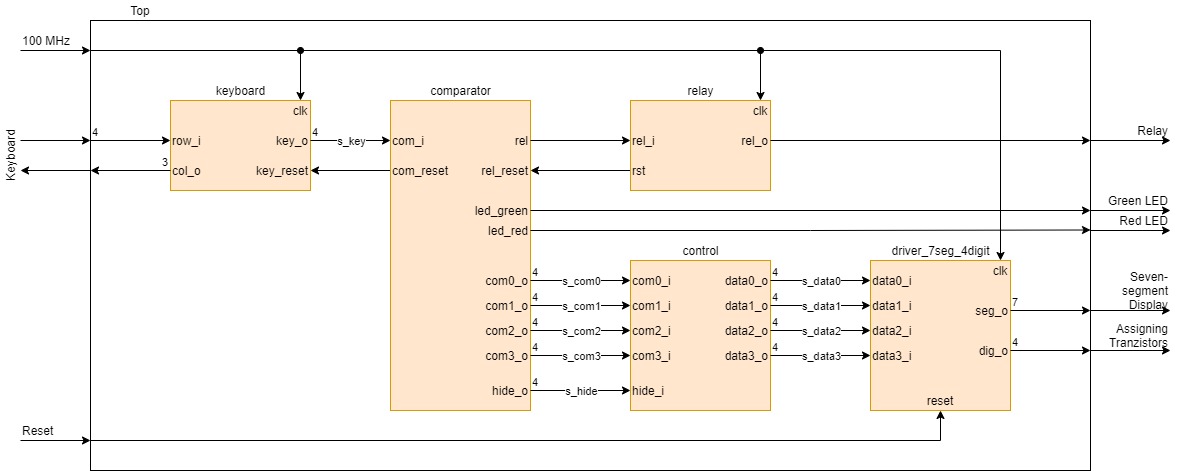
This is Images/Top-Door_Lock.png from GeorgeNavratil/Door_Lock-DE1_Project, a draw.io export, as it was before one commit. Source tidied: cells renumbered, new cells last; positions are measured from the earlier drawing's top-left corner, leaving out a move shared by most shapes.
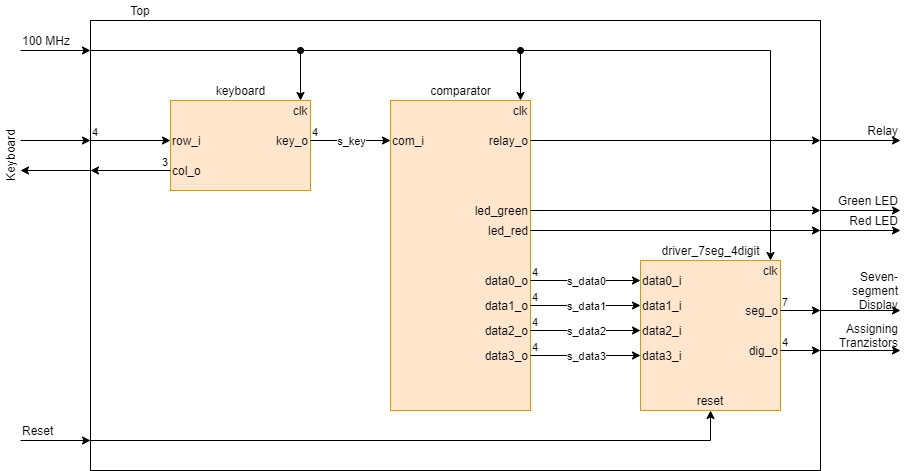
Later version of the same file.

The edit, as a diff of the source:
```diff
@@ -3,7 +3,7 @@
     <mxCell id="0" />
     <mxCell id="1" parent="0" />
     <mxCell id="2" style="rounded=0;whiteSpace=wrap;html=1;fillColor=none;align=right;" parent="1" vertex="1">
-      <mxGeometry x="100" y="20" width="1000" height="450" as="geometry" />
+      <mxGeometry x="100" y="20" width="730" height="450" as="geometry" />
     </mxCell>
     <mxCell id="3" style="rounded=0;whiteSpace=wrap;html=1;fillColor=#ffe6cc;strokeColor=#d79b00;" parent="1" vertex="1">
       <mxGeometry x="180" y="100" width="140" height="90" as="geometry" />
@@ -20,12 +20,6 @@
     <mxCell id="7" value="key_o" style="text;html=1;strokeColor=none;fillColor=none;align=right;verticalAlign=middle;whiteSpace=wrap;rounded=0;" parent="1" vertex="1">
       <mxGeometry x="280" y="130" width="40" height="20" as="geometry" />
     </mxCell>
-    <mxCell id="8" style="edgeStyle=orthogonalEdgeStyle;rounded=0;jettySize=auto;html=1;exitX=0;exitY=0.5;exitDx=0;exitDy=0;entryX=1;entryY=0.5;entryDx=0;entryDy=0;" parent="1" edge="1" source="13" target="9">
-      <mxGeometry relative="1" as="geometry" />
-    </mxCell>
-    <mxCell id="9" value="key_reset" style="text;html=1;strokeColor=none;fillColor=none;align=right;verticalAlign=middle;whiteSpace=wrap;rounded=0;" parent="1" vertex="1">
-      <mxGeometry x="280" y="160" width="40" height="20" as="geometry" />
-    </mxCell>
     <mxCell id="10" style="rounded=0;whiteSpace=wrap;html=1;fillColor=#ffe6cc;strokeColor=#d79b00;" parent="1" vertex="1">
       <mxGeometry x="400" y="100" width="140" height="310" as="geometry" />
     </mxCell>
@@ -35,24 +29,12 @@
     <mxCell id="12" value="com_i" style="text;html=1;strokeColor=none;fillColor=none;align=left;verticalAlign=middle;whiteSpace=wrap;rounded=0;" parent="1" vertex="1">
       <mxGeometry x="400" y="130" width="40" height="20" as="geometry" />
     </mxCell>
-    <mxCell id="13" value="com_reset" style="text;html=1;strokeColor=none;fillColor=none;align=left;verticalAlign=middle;whiteSpace=wrap;rounded=0;" parent="1" vertex="1">
-      <mxGeometry x="400" y="160" width="40" height="20" as="geometry" />
-    </mxCell>
-    <mxCell id="14" style="edgeStyle=orthogonalEdgeStyle;rounded=0;jettySize=auto;html=1;exitX=1;exitY=0.5;exitDx=0;exitDy=0;entryX=0;entryY=0.5;entryDx=0;entryDy=0;" parent="1" edge="1" source="15" target="29">
-      <mxGeometry relative="1" as="geometry" />
-    </mxCell>
-    <mxCell id="15" value="rel" style="text;html=1;strokeColor=none;fillColor=none;align=right;verticalAlign=middle;whiteSpace=wrap;rounded=0;" parent="1" vertex="1">
+    <mxCell id="15" value="relay_o" style="text;html=1;strokeColor=none;fillColor=none;align=right;verticalAlign=middle;whiteSpace=wrap;rounded=0;" parent="1" vertex="1">
       <mxGeometry x="500" y="130" width="40" height="20" as="geometry" />
     </mxCell>
-    <mxCell id="16" style="edgeStyle=orthogonalEdgeStyle;rounded=0;jettySize=auto;html=1;exitX=0;exitY=0.5;exitDx=0;exitDy=0;entryX=1;entryY=0.5;entryDx=0;entryDy=0;" parent="1" edge="1" source="31" target="17">
-      <mxGeometry relative="1" as="geometry" />
-    </mxCell>
-    <mxCell id="17" value="rel_reset" style="text;html=1;strokeColor=none;fillColor=none;align=right;verticalAlign=middle;whiteSpace=wrap;rounded=0;" parent="1" vertex="1">
-      <mxGeometry x="500" y="160" width="40" height="20" as="geometry" />
-    </mxCell>
     <mxCell id="18" style="edgeStyle=orthogonalEdgeStyle;rounded=0;jettySize=auto;html=1;exitX=1;exitY=0.5;exitDx=0;exitDy=0;" parent="1" edge="1" source="19">
       <mxGeometry relative="1" as="geometry">
-        <mxPoint x="1100" y="210" as="targetPoint" />
+        <mxPoint x="830" y="210" as="targetPoint" />
       </mxGeometry>
     </mxCell>
     <mxCell id="19" value="led_green" style="text;html=1;strokeColor=none;fillColor=none;align=right;verticalAlign=middle;whiteSpace=wrap;rounded=0;" parent="1" vertex="1">
@@ -60,109 +42,58 @@
     </mxCell>
     <mxCell id="20" style="edgeStyle=orthogonalEdgeStyle;rounded=0;jettySize=auto;html=1;exitX=1;exitY=0.5;exitDx=0;exitDy=0;" parent="1" edge="1" source="21">
       <mxGeometry relative="1" as="geometry">
-        <mxPoint x="1100" y="229.5" as="targetPoint" />
+        <mxPoint x="830" y="230" as="targetPoint" />
       </mxGeometry>
     </mxCell>
     <mxCell id="21" value="led_red" style="text;html=1;strokeColor=none;fillColor=none;align=right;verticalAlign=middle;whiteSpace=wrap;rounded=0;" parent="1" vertex="1">
       <mxGeometry x="500" y="220" width="40" height="20" as="geometry" />
     </mxCell>
-    <mxCell id="22" value="com0_o" style="text;html=1;strokeColor=none;fillColor=none;align=right;verticalAlign=middle;whiteSpace=wrap;rounded=0;" parent="1" vertex="1">
-      <mxGeometry x="500" y="270" width="40" height="20" as="geometry" />
-    </mxCell>
-    <mxCell id="23" value="com1_o" style="text;html=1;strokeColor=none;fillColor=none;align=right;verticalAlign=middle;whiteSpace=wrap;rounded=0;" parent="1" vertex="1">
-      <mxGeometry x="500" y="295" width="40" height="20" as="geometry" />
-    </mxCell>
-    <mxCell id="24" value="com2_o" style="text;html=1;strokeColor=none;fillColor=none;align=right;verticalAlign=middle;whiteSpace=wrap;rounded=0;" parent="1" vertex="1">
-      <mxGeometry x="500" y="320" width="40" height="20" as="geometry" />
-    </mxCell>
-    <mxCell id="25" value="com3_o" style="text;html=1;strokeColor=none;fillColor=none;align=right;verticalAlign=middle;whiteSpace=wrap;rounded=0;" parent="1" vertex="1">
-      <mxGeometry x="500" y="345" width="40" height="20" as="geometry" />
-    </mxCell>
-    <mxCell id="26" value="hide_o" style="text;html=1;strokeColor=none;fillColor=none;align=right;verticalAlign=middle;whiteSpace=wrap;rounded=0;" parent="1" vertex="1">
-      <mxGeometry x="500" y="380" width="40" height="20" as="geometry" />
-    </mxCell>
-    <mxCell id="27" style="rounded=0;whiteSpace=wrap;html=1;fillColor=#ffe6cc;strokeColor=#d79b00;" parent="1" vertex="1">
-      <mxGeometry x="640" y="100" width="140" height="90" as="geometry" />
-    </mxCell>
-    <mxCell id="28" value="relay" style="text;html=1;strokeColor=none;fillColor=none;align=center;verticalAlign=middle;whiteSpace=wrap;rounded=0;" parent="1" vertex="1">
-      <mxGeometry x="677.5" y="80" width="65" height="20" as="geometry" />
-    </mxCell>
-    <mxCell id="29" value="rel_i" style="text;html=1;strokeColor=none;fillColor=none;align=left;verticalAlign=middle;whiteSpace=wrap;rounded=0;" parent="1" vertex="1">
-      <mxGeometry x="640" y="130" width="40" height="20" as="geometry" />
-    </mxCell>
     <mxCell id="30" value="clk" style="text;html=1;strokeColor=none;fillColor=none;align=center;verticalAlign=middle;whiteSpace=wrap;rounded=0;" parent="1" vertex="1">
-      <mxGeometry x="760" y="100" width="20" height="20" as="geometry" />
+      <mxGeometry x="520" y="100" width="20" height="20" as="geometry" />
     </mxCell>
-    <mxCell id="31" value="rst" style="text;html=1;strokeColor=none;fillColor=none;align=left;verticalAlign=middle;whiteSpace=wrap;rounded=0;" parent="1" vertex="1">
-      <mxGeometry x="640" y="160" width="40" height="20" as="geometry" />
-    </mxCell>
-    <mxCell id="32" style="edgeStyle=orthogonalEdgeStyle;rounded=0;jettySize=auto;html=1;exitX=1;exitY=0.5;exitDx=0;exitDy=0;" parent="1" edge="1" source="33">
+    <mxCell id="32" style="edgeStyle=orthogonalEdgeStyle;rounded=0;jettySize=auto;html=1;exitX=1;exitY=0.5;exitDx=0;exitDy=0;" parent="1" edge="1" source="15">
       <mxGeometry relative="1" as="geometry">
-        <mxPoint x="1100" y="140" as="targetPoint" />
+        <mxPoint x="830" y="140" as="targetPoint" />
       </mxGeometry>
     </mxCell>
-    <mxCell id="33" value="rel_o" style="text;html=1;strokeColor=none;fillColor=none;align=right;verticalAlign=middle;whiteSpace=wrap;rounded=0;" parent="1" vertex="1">
-      <mxGeometry x="740" y="130" width="40" height="20" as="geometry" />
-    </mxCell>
-    <mxCell id="34" style="rounded=0;whiteSpace=wrap;html=1;fillColor=#ffe6cc;strokeColor=#d79b00;" parent="1" vertex="1">
-      <mxGeometry x="640" y="260" width="140" height="150" as="geometry" />
-    </mxCell>
-    <mxCell id="35" value="control" style="text;html=1;strokeColor=none;fillColor=none;align=center;verticalAlign=middle;whiteSpace=wrap;rounded=0;" parent="1" vertex="1">
-      <mxGeometry x="677.5" y="240" width="65" height="20" as="geometry" />
-    </mxCell>
-    <mxCell id="36" value="com0_i" style="text;html=1;strokeColor=none;fillColor=none;align=left;verticalAlign=middle;whiteSpace=wrap;rounded=0;" parent="1" vertex="1">
-      <mxGeometry x="640" y="270" width="40" height="20" as="geometry" />
-    </mxCell>
-    <mxCell id="37" value="com1_i" style="text;html=1;strokeColor=none;fillColor=none;align=left;verticalAlign=middle;whiteSpace=wrap;rounded=0;" parent="1" vertex="1">
-      <mxGeometry x="640" y="295" width="40" height="20" as="geometry" />
-    </mxCell>
-    <mxCell id="38" value="com2_i" style="text;html=1;strokeColor=none;fillColor=none;align=left;verticalAlign=middle;whiteSpace=wrap;rounded=0;" parent="1" vertex="1">
-      <mxGeometry x="640" y="320" width="40" height="20" as="geometry" />
-    </mxCell>
-    <mxCell id="39" value="com3_i" style="text;html=1;strokeColor=none;fillColor=none;align=left;verticalAlign=middle;whiteSpace=wrap;rounded=0;" parent="1" vertex="1">
-      <mxGeometry x="640" y="345" width="40" height="20" as="geometry" />
-    </mxCell>
-    <mxCell id="40" value="hide_i" style="text;html=1;strokeColor=none;fillColor=none;align=left;verticalAlign=middle;whiteSpace=wrap;rounded=0;" parent="1" vertex="1">
-      <mxGeometry x="640" y="380" width="40" height="20" as="geometry" />
-    </mxCell>
     <mxCell id="41" value="data0_o" style="text;html=1;strokeColor=none;fillColor=none;align=right;verticalAlign=middle;whiteSpace=wrap;rounded=0;" parent="1" vertex="1">
-      <mxGeometry x="740" y="270" width="40" height="20" as="geometry" />
+      <mxGeometry x="500" y="270" width="40" height="20" as="geometry" />
     </mxCell>
     <mxCell id="42" value="data1_o" style="text;html=1;strokeColor=none;fillColor=none;align=right;verticalAlign=middle;whiteSpace=wrap;rounded=0;" parent="1" vertex="1">
-      <mxGeometry x="740" y="295" width="40" height="20" as="geometry" />
+      <mxGeometry x="500" y="295" width="40" height="20" as="geometry" />
     </mxCell>
     <mxCell id="43" value="data2_o" style="text;html=1;strokeColor=none;fillColor=none;align=right;verticalAlign=middle;whiteSpace=wrap;rounded=0;" parent="1" vertex="1">
-      <mxGeometry x="740" y="320" width="40" height="20" as="geometry" />
+      <mxGeometry x="500" y="320" width="40" height="20" as="geometry" />
     </mxCell>
     <mxCell id="44" value="data3_o" style="text;html=1;strokeColor=none;fillColor=none;align=right;verticalAlign=middle;whiteSpace=wrap;rounded=0;" parent="1" vertex="1">
-      <mxGeometry x="740" y="345" width="40" height="20" as="geometry" />
+      <mxGeometry x="500" y="345" width="40" height="20" as="geometry" />
     </mxCell>
     <mxCell id="45" style="rounded=0;whiteSpace=wrap;html=1;fillColor=#ffe6cc;strokeColor=#d79b00;" parent="1" vertex="1">
-      <mxGeometry x="880" y="260" width="140" height="150" as="geometry" />
+      <mxGeometry x="650" y="260" width="140" height="150" as="geometry" />
     </mxCell>
     <mxCell id="46" value="driver_7seg_4digit" style="text;html=1;strokeColor=none;fillColor=none;align=center;verticalAlign=middle;whiteSpace=wrap;rounded=0;" parent="1" vertex="1">
-      <mxGeometry x="917.5" y="240" width="65" height="20" as="geometry" />
+      <mxGeometry x="687.5" y="240" width="65" height="20" as="geometry" />
     </mxCell>
     <mxCell id="47" value="reset" style="text;html=1;strokeColor=none;fillColor=none;align=center;verticalAlign=middle;whiteSpace=wrap;rounded=0;" parent="1" vertex="1">
-      <mxGeometry x="930" y="390" width="40" height="20" as="geometry" />
+      <mxGeometry x="700" y="390" width="40" height="20" as="geometry" />
     </mxCell>
     <mxCell id="48" value="data0_i" style="text;html=1;strokeColor=none;fillColor=none;align=left;verticalAlign=middle;whiteSpace=wrap;rounded=0;" parent="1" vertex="1">
-      <mxGeometry x="880" y="270" width="40" height="20" as="geometry" />
+      <mxGeometry x="650" y="270" width="40" height="20" as="geometry" />
     </mxCell>
     <mxCell id="49" value="data1_i" style="text;html=1;strokeColor=none;fillColor=none;align=left;verticalAlign=middle;whiteSpace=wrap;rounded=0;" parent="1" vertex="1">
-      <mxGeometry x="880" y="295" width="40" height="20" as="geometry" />
+      <mxGeometry x="650" y="295" width="40" height="20" as="geometry" />
     </mxCell>
     <mxCell id="50" value="data2_i" style="text;html=1;strokeColor=none;fillColor=none;align=left;verticalAlign=middle;whiteSpace=wrap;rounded=0;" parent="1" vertex="1">
-      <mxGeometry x="880" y="320" width="40" height="20" as="geometry" />
+      <mxGeometry x="650" y="320" width="40" height="20" as="geometry" />
     </mxCell>
     <mxCell id="51" value="data3_i" style="text;html=1;strokeColor=none;fillColor=none;align=left;verticalAlign=middle;whiteSpace=wrap;rounded=0;" parent="1" vertex="1">
-      <mxGeometry x="880" y="345" width="40" height="20" as="geometry" />
+      <mxGeometry x="650" y="345" width="40" height="20" as="geometry" />
     </mxCell>
     <mxCell id="52" value="seg_o" style="text;html=1;strokeColor=none;fillColor=none;align=right;verticalAlign=middle;whiteSpace=wrap;rounded=0;" parent="1" vertex="1">
-      <mxGeometry x="980" y="300" width="40" height="20" as="geometry" />
+      <mxGeometry x="750" y="300" width="40" height="20" as="geometry" />
     </mxCell>
     <mxCell id="53" value="dig_o" style="text;html=1;strokeColor=none;fillColor=none;align=right;verticalAlign=middle;whiteSpace=wrap;rounded=0;" parent="1" vertex="1">
-      <mxGeometry x="980" y="340" width="40" height="20" as="geometry" />
+      <mxGeometry x="750" y="340" width="40" height="20" as="geometry" />
     </mxCell>
     <mxCell id="54" style="endArrow=classic;html=1;exitX=1;exitY=0.5;exitDx=0;exitDy=0;entryX=0;entryY=0.5;entryDx=0;entryDy=0;" parent="1" edge="1" source="7" target="12">
       <mxGeometry relative="1" as="geometry" />
@@ -173,51 +104,6 @@
     <mxCell id="56" value="4" style="edgeLabel;html=1;align=left;verticalAlign=bottom;" parent="54" vertex="1">
       <mxGeometry x="-1" relative="1" as="geometry" />
     </mxCell>
-    <mxCell id="57" style="endArrow=classic;html=1;exitX=1;exitY=0.5;exitDx=0;exitDy=0;entryX=0;entryY=0.5;entryDx=0;entryDy=0;" parent="1" edge="1" source="22" target="36">
-      <mxGeometry relative="1" as="geometry" />
-    </mxCell>
-    <mxCell id="58" value="s_com0" style="edgeLabel;html=1;align=center;verticalAlign=middle;" parent="57" vertex="1">
-      <mxGeometry relative="1" as="geometry" />
-    </mxCell>
-    <mxCell id="59" value="4" style="edgeLabel;html=1;align=left;verticalAlign=bottom;" parent="57" vertex="1">
-      <mxGeometry x="-1" relative="1" as="geometry" />
-    </mxCell>
-    <mxCell id="60" style="endArrow=classic;html=1;exitX=1;exitY=0.5;exitDx=0;exitDy=0;entryX=0;entryY=0.5;entryDx=0;entryDy=0;" parent="1" edge="1" source="23" target="37">
-      <mxGeometry relative="1" as="geometry" />
-    </mxCell>
-    <mxCell id="61" value="s_com1" style="edgeLabel;html=1;align=center;verticalAlign=middle;" parent="60" vertex="1">
-      <mxGeometry relative="1" as="geometry" />
-    </mxCell>
-    <mxCell id="62" value="4" style="edgeLabel;html=1;align=left;verticalAlign=bottom;" parent="60" vertex="1">
-      <mxGeometry x="-1" relative="1" as="geometry" />
-    </mxCell>
-    <mxCell id="63" style="endArrow=classic;html=1;exitX=1;exitY=0.5;exitDx=0;exitDy=0;entryX=0;entryY=0.5;entryDx=0;entryDy=0;" parent="1" edge="1" source="24" target="38">
-      <mxGeometry relative="1" as="geometry" />
-    </mxCell>
-    <mxCell id="64" value="s_com2" style="edgeLabel;html=1;align=center;verticalAlign=middle;" parent="63" vertex="1">
-      <mxGeometry relative="1" as="geometry" />
-    </mxCell>
-    <mxCell id="65" value="4" style="edgeLabel;html=1;align=left;verticalAlign=bottom;" parent="63" vertex="1">
-      <mxGeometry x="-1" relative="1" as="geometry" />
-    </mxCell>
-    <mxCell id="66" style="endArrow=classic;html=1;exitX=1;exitY=0.5;exitDx=0;exitDy=0;entryX=0;entryY=0.5;entryDx=0;entryDy=0;" parent="1" edge="1" source="25" target="39">
-      <mxGeometry relative="1" as="geometry" />
-    </mxCell>
-    <mxCell id="67" value="s_com3" style="edgeLabel;html=1;align=center;verticalAlign=middle;" parent="66" vertex="1">
-      <mxGeometry relative="1" as="geometry" />
-    </mxCell>
-    <mxCell id="68" value="4" style="edgeLabel;html=1;align=left;verticalAlign=bottom;" parent="66" vertex="1">
-      <mxGeometry x="-1" relative="1" as="geometry" />
-    </mxCell>
-    <mxCell id="69" style="endArrow=classic;html=1;exitX=1;exitY=0.5;exitDx=0;exitDy=0;entryX=0;entryY=0.5;entryDx=0;entryDy=0;" parent="1" edge="1" source="26" target="40">
-      <mxGeometry relative="1" as="geometry" />
-    </mxCell>
-    <mxCell id="70" value="s_hide" style="edgeLabel;html=1;align=center;verticalAlign=middle;" parent="69" vertex="1">
-      <mxGeometry relative="1" as="geometry" />
-    </mxCell>
-    <mxCell id="71" value="4" style="edgeLabel;html=1;align=left;verticalAlign=bottom;" parent="69" vertex="1">
-      <mxGeometry x="-1" relative="1" as="geometry" />
-    </mxCell>
     <mxCell id="72" style="endArrow=classic;html=1;exitX=1;exitY=0.5;exitDx=0;exitDy=0;entryX=0;entryY=0.5;entryDx=0;entryDy=0;" parent="1" edge="1" source="41" target="48">
       <mxGeometry relative="1" as="geometry" />
     </mxCell>
@@ -274,7 +160,7 @@
     </mxCell>
     <mxCell id="88" style="endArrow=classic;html=1;exitX=1;exitY=0.5;exitDx=0;exitDy=0;" parent="1" edge="1" source="52">
       <mxGeometry relative="1" as="geometry">
-        <mxPoint x="1100" y="310" as="targetPoint" />
+        <mxPoint x="830" y="310" as="targetPoint" />
       </mxGeometry>
     </mxCell>
     <mxCell id="89" value="7" style="edgeLabel;html=1;align=left;verticalAlign=bottom;" parent="88" vertex="1">
@@ -282,7 +168,7 @@
     </mxCell>
     <mxCell id="90" style="endArrow=classic;html=1;exitX=1;exitY=0.5;exitDx=0;exitDy=0;" parent="1" edge="1" source="53">
       <mxGeometry relative="1" as="geometry">
-        <mxPoint x="1100" y="350" as="targetPoint" />
+        <mxPoint x="830" y="350" as="targetPoint" />
       </mxGeometry>
     </mxCell>
     <mxCell id="91" value="4" style="edgeLabel;html=1;align=left;verticalAlign=bottom;" parent="90" vertex="1">
@@ -292,17 +178,17 @@
       <mxGeometry relative="1" as="geometry">
         <mxPoint x="100" y="50" as="sourcePoint" />
         <Array as="points">
-          <mxPoint x="1010" y="50" />
+          <mxPoint x="780" y="50" />
         </Array>
       </mxGeometry>
     </mxCell>
     <mxCell id="93" style="endArrow=classic;html=1;entryX=0.5;entryY=0;entryDx=0;entryDy=0;startArrow=oval;startFill=1;" parent="1" edge="1" target="30">
       <mxGeometry relative="1" as="geometry">
-        <mxPoint x="770" y="50" as="sourcePoint" />
+        <mxPoint x="530" y="50" as="sourcePoint" />
       </mxGeometry>
     </mxCell>
     <mxCell id="94" value="clk" style="text;html=1;strokeColor=none;fillColor=none;align=center;verticalAlign=middle;whiteSpace=wrap;rounded=0;" parent="1" vertex="1">
-      <mxGeometry x="1000" y="260" width="20" height="20" as="geometry" />
+      <mxGeometry x="770" y="260" width="20" height="20" as="geometry" />
     </mxCell>
     <mxCell id="95" value="clk" style="text;html=1;strokeColor=none;fillColor=none;align=center;verticalAlign=middle;whiteSpace=wrap;rounded=0;" parent="1" vertex="1">
       <mxGeometry x="300" y="100" width="20" height="20" as="geometry" />
@@ -316,7 +202,7 @@
       <mxGeometry relative="1" as="geometry">
         <mxPoint x="100" y="440" as="sourcePoint" />
         <Array as="points">
-          <mxPoint x="950" y="440" />
+          <mxPoint x="720" y="440" />
         </Array>
       </mxGeometry>
     </mxCell>
@@ -358,43 +244,43 @@
     </mxCell>
     <mxCell id="106" style="endArrow=classic;html=1;entryX=1;entryY=1;entryDx=0;entryDy=0;" parent="1" edge="1" target="107">
       <mxGeometry relative="1" as="geometry">
-        <mxPoint x="1100" y="310" as="sourcePoint" />
+        <mxPoint x="830" y="310" as="sourcePoint" />
       </mxGeometry>
     </mxCell>
     <mxCell id="107" value="Seven-segment Display" style="text;html=1;strokeColor=none;fillColor=none;align=right;verticalAlign=middle;whiteSpace=wrap;rounded=0;" parent="1" vertex="1">
-      <mxGeometry x="1120" y="270" width="60" height="40" as="geometry" />
+      <mxGeometry x="850" y="270" width="60" height="40" as="geometry" />
     </mxCell>
     <mxCell id="108" style="endArrow=classic;html=1;entryX=1;entryY=1;entryDx=0;entryDy=0;" parent="1" edge="1" target="109">
       <mxGeometry relative="1" as="geometry">
-        <mxPoint x="1100" y="210" as="sourcePoint" />
+        <mxPoint x="830" y="210" as="sourcePoint" />
       </mxGeometry>
     </mxCell>
     <mxCell id="109" value="Green LED" style="text;html=1;strokeColor=none;fillColor=none;align=right;verticalAlign=middle;whiteSpace=wrap;rounded=0;" parent="1" vertex="1">
-      <mxGeometry x="1110" y="190" width="70" height="20" as="geometry" />
+      <mxGeometry x="840" y="190" width="70" height="20" as="geometry" />
     </mxCell>
     <mxCell id="110" style="endArrow=classic;html=1;entryX=1;entryY=1;entryDx=0;entryDy=0;" parent="1" edge="1" target="111">
       <mxGeometry relative="1" as="geometry">
-        <mxPoint x="1100" y="230" as="sourcePoint" />
+        <mxPoint x="830" y="230" as="sourcePoint" />
       </mxGeometry>
     </mxCell>
     <mxCell id="111" value="Red LED" style="text;html=1;strokeColor=none;fillColor=none;align=right;verticalAlign=middle;whiteSpace=wrap;rounded=0;" parent="1" vertex="1">
-      <mxGeometry x="1110" y="210" width="70" height="20" as="geometry" />
+      <mxGeometry x="840" y="210" width="70" height="20" as="geometry" />
     </mxCell>
     <mxCell id="112" style="endArrow=classic;html=1;entryX=1;entryY=1;entryDx=0;entryDy=0;" parent="1" edge="1" target="113">
       <mxGeometry relative="1" as="geometry">
-        <mxPoint x="1100" y="140" as="sourcePoint" />
+        <mxPoint x="830" y="140" as="sourcePoint" />
       </mxGeometry>
     </mxCell>
     <mxCell id="113" value="Relay" style="text;html=1;strokeColor=none;fillColor=none;align=right;verticalAlign=middle;whiteSpace=wrap;rounded=0;" parent="1" vertex="1">
-      <mxGeometry x="1120" y="120" width="60" height="20" as="geometry" />
+      <mxGeometry x="850" y="120" width="60" height="20" as="geometry" />
     </mxCell>
     <mxCell id="114" style="endArrow=classic;html=1;entryX=1;entryY=1;entryDx=0;entryDy=0;" parent="1" edge="1" target="115">
       <mxGeometry relative="1" as="geometry">
-        <mxPoint x="1100" y="350" as="sourcePoint" />
+        <mxPoint x="830" y="350" as="sourcePoint" />
       </mxGeometry>
     </mxCell>
     <mxCell id="115" value="Assigning Tranzistors" style="text;html=1;strokeColor=none;fillColor=none;align=right;verticalAlign=middle;whiteSpace=wrap;rounded=0;" parent="1" vertex="1">
-      <mxGeometry x="1120" y="320" width="60" height="30" as="geometry" />
+      <mxGeometry x="850" y="320" width="60" height="30" as="geometry" />
     </mxCell>
   </root>
 </mxGraphModel>
```
